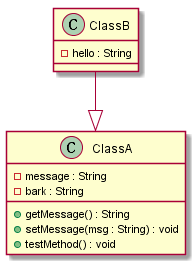
Above: uml3.png in SamJaylnn/UML-Parser (PlantUML), before the change. Source of this version:
```plantuml
@startuml
class ClassA
ClassA : -message : String
ClassA : -bark : String
ClassA : +getMessage() : String
ClassA : +setMessage(msg : String) : void
ClassA : +testMethod() : void
class ClassB
ClassB : -hello : String
ClassB --|> ClassA

@enduml
```
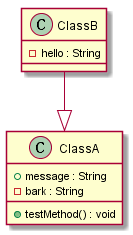
The same diagram one commit later.

Change to the diagram source:
```diff
@@ -1,10 +1,8 @@
 @startuml
 class ClassA
-ClassA : -message : String
+ClassA : +testMethod() : void
+ClassA : +message : String
 ClassA : -bark : String
-ClassA : +getMessage() : String
-ClassA : +setMessage(msg : String) : void
-ClassA : +testMethod() : void
 class ClassB
 ClassB : -hello : String
 ClassB --|> ClassA
```
